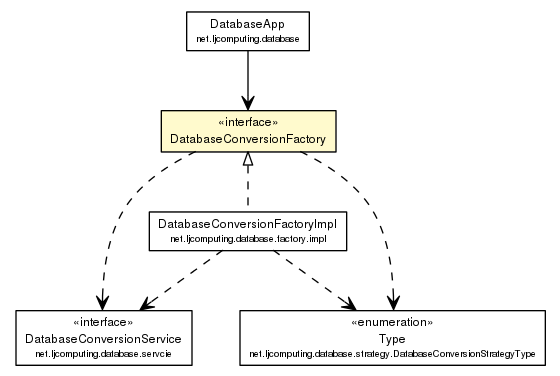
The Graphviz diagram docs/javadoc/apidocs/net/ljcomputing/database/factory/DatabaseConversionFactory.png in willmorejg/net.ljcomputing.database, before a commit. Its source is kept beside it as docs/javadoc/apidocs/net/ljcomputing/database/factory/DatabaseConversionFactory.dot.
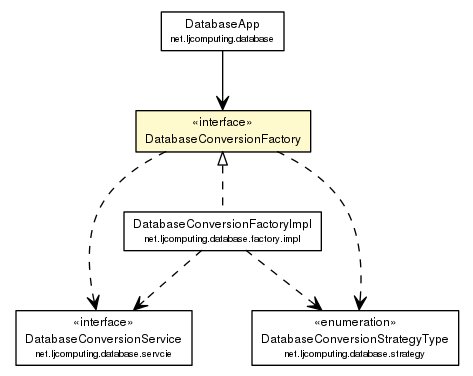
The same diagram one commit later.

Diff of the diagram source:
```diff
@@ -4,42 +4,42 @@
 	node [fontname="Helvetica",fontsize=10,shape=plaintext];
 	nodesep=0.25;
 	ranksep=0.5;
-	c528 [label=<<table title="net.ljcomputing.database.servcie.DatabaseConversionService" border="0" cellborder="1" cellspacing="0" cellpadding="2" port="p" href="../servcie/DatabaseConversionService.html">
+	c509 [label=<<table title="net.ljcomputing.database.servcie.DatabaseConversionService" border="0" cellborder="1" cellspacing="0" cellpadding="2" port="p" href="../servcie/DatabaseConversionService.html">
 		<tr><td><table border="0" cellspacing="0" cellpadding="1">
 <tr><td align="center" balign="center"> &#171;interface&#187; </td></tr>
 <tr><td align="center" balign="center"> DatabaseConversionService </td></tr>
 <tr><td align="center" balign="center"><font point-size="7.0"> net.ljcomputing.database.servcie </font></td></tr>
 		</table></td></tr>
 		</table>>, URL="../servcie/DatabaseConversionService.html", fontname="Helvetica", fontcolor="black", fontsize=9.0];
-	c541 [label=<<table title="net.ljcomputing.database.strategy.DatabaseConversionStrategyType.Type" border="0" cellborder="1" cellspacing="0" cellpadding="2" port="p" href="../strategy/DatabaseConversionStrategyType.Type.html">
+	c521 [label=<<table title="net.ljcomputing.database.strategy.DatabaseConversionStrategyType" border="0" cellborder="1" cellspacing="0" cellpadding="2" port="p" href="../strategy/DatabaseConversionStrategyType.html">
 		<tr><td><table border="0" cellspacing="0" cellpadding="1">
 <tr><td align="center" balign="center"> &#171;enumeration&#187; </td></tr>
-<tr><td align="center" balign="center"> Type </td></tr>
-<tr><td align="center" balign="center"><font point-size="7.0"> net.ljcomputing.database.strategy.DatabaseConversionStrategyType </font></td></tr>
+<tr><td align="center" balign="center"> DatabaseConversionStrategyType </td></tr>
+<tr><td align="center" balign="center"><font point-size="7.0"> net.ljcomputing.database.strategy </font></td></tr>
 		</table></td></tr>
-		</table>>, URL="../strategy/DatabaseConversionStrategyType.Type.html", fontname="Helvetica", fontcolor="black", fontsize=9.0];
-	c542 [label=<<table title="net.ljcomputing.database.DatabaseApp" border="0" cellborder="1" cellspacing="0" cellpadding="2" port="p" href="../DatabaseApp.html">
+		</table>>, URL="../strategy/DatabaseConversionStrategyType.html", fontname="Helvetica", fontcolor="black", fontsize=9.0];
+	c522 [label=<<table title="net.ljcomputing.database.DatabaseApp" border="0" cellborder="1" cellspacing="0" cellpadding="2" port="p" href="../DatabaseApp.html">
 		<tr><td><table border="0" cellspacing="0" cellpadding="1">
 <tr><td align="center" balign="center"> DatabaseApp </td></tr>
 <tr><td align="center" balign="center"><font point-size="7.0"> net.ljcomputing.database </font></td></tr>
 		</table></td></tr>
 		</table>>, URL="../DatabaseApp.html", fontname="Helvetica", fontcolor="black", fontsize=9.0];
-	c547 [label=<<table title="net.ljcomputing.database.factory.DatabaseConversionFactory" border="0" cellborder="1" cellspacing="0" cellpadding="2" port="p" bgcolor="lemonChiffon" href="./DatabaseConversionFactory.html">
+	c527 [label=<<table title="net.ljcomputing.database.factory.DatabaseConversionFactory" border="0" cellborder="1" cellspacing="0" cellpadding="2" port="p" bgcolor="lemonChiffon" href="./DatabaseConversionFactory.html">
 		<tr><td><table border="0" cellspacing="0" cellpadding="1">
 <tr><td align="center" balign="center"> &#171;interface&#187; </td></tr>
 <tr><td align="center" balign="center"> DatabaseConversionFactory </td></tr>
 		</table></td></tr>
 		</table>>, URL="./DatabaseConversionFactory.html", fontname="Helvetica", fontcolor="black", fontsize=9.0];
-	c548 [label=<<table title="net.ljcomputing.database.factory.impl.DatabaseConversionFactoryImpl" border="0" cellborder="1" cellspacing="0" cellpadding="2" port="p" href="./impl/DatabaseConversionFactoryImpl.html">
+	c528 [label=<<table title="net.ljcomputing.database.factory.impl.DatabaseConversionFactoryImpl" border="0" cellborder="1" cellspacing="0" cellpadding="2" port="p" href="./impl/DatabaseConversionFactoryImpl.html">
 		<tr><td><table border="0" cellspacing="0" cellpadding="1">
 <tr><td align="center" balign="center"> DatabaseConversionFactoryImpl </td></tr>
 <tr><td align="center" balign="center"><font point-size="7.0"> net.ljcomputing.database.factory.impl </font></td></tr>
 		</table></td></tr>
 		</table>>, URL="./impl/DatabaseConversionFactoryImpl.html", fontname="Helvetica", fontcolor="black", fontsize=9.0];
-	c547:p -> c548:p [dir=back,arrowtail=empty,style=dashed];
-	c542:p -> c547:p [taillabel="", label="", headlabel="", fontname="Helvetica", fontcolor="black", fontsize=10.0, color="black", arrowhead=open];
-	c547:p -> c528:p [taillabel="", label="", headlabel="", fontname="Helvetica", fontcolor="black", fontsize=10.0, color="black", arrowhead=open, style=dashed];
-	c547:p -> c541:p [taillabel="", label="", headlabel="", fontname="Helvetica", fontcolor="black", fontsize=10.0, color="black", arrowhead=open, style=dashed];
-	c548:p -> c528:p [taillabel="", label="", headlabel="", fontname="Helvetica", fontcolor="black", fontsize=10.0, color="black", arrowhead=open, style=dashed];
-	c548:p -> c541:p [taillabel="", label="", headlabel="", fontname="Helvetica", fontcolor="black", fontsize=10.0, color="black", arrowhead=open, style=dashed];
+	c527:p -> c528:p [dir=back,arrowtail=empty,style=dashed];
+	c522:p -> c527:p [taillabel="", label="", headlabel="", fontname="Helvetica", fontcolor="black", fontsize=10.0, color="black", arrowhead=open];
+	c527:p -> c521:p [taillabel="", label="", headlabel="", fontname="Helvetica", fontcolor="black", fontsize=10.0, color="black", arrowhead=open, style=dashed];
+	c527:p -> c509:p [taillabel="", label="", headlabel="", fontname="Helvetica", fontcolor="black", fontsize=10.0, color="black", arrowhead=open, style=dashed];
+	c528:p -> c521:p [taillabel="", label="", headlabel="", fontname="Helvetica", fontcolor="black", fontsize=10.0, color="black", arrowhead=open, style=dashed];
+	c528:p -> c509:p [taillabel="", label="", headlabel="", fontname="Helvetica", fontcolor="black", fontsize=10.0, color="black", arrowhead=open, style=dashed];
 }
```
